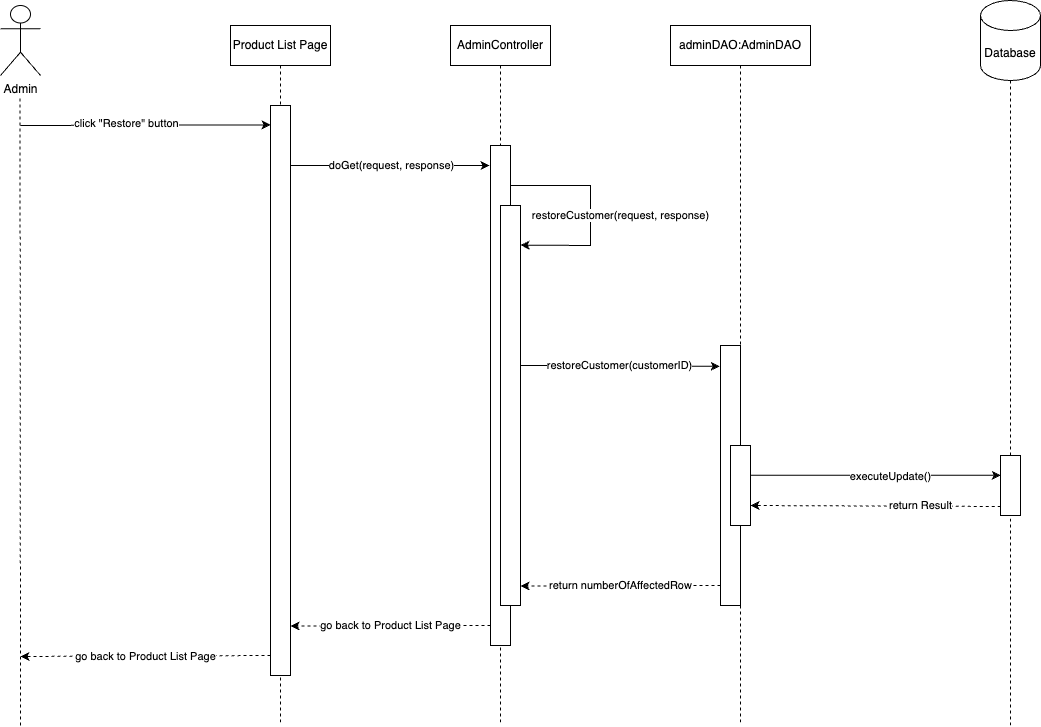
This is document/SDS/22. Restore customer account/Sequence_Diagram/RestoreCustomerAccountSequenceDiagram.drawio.png from QuocZuong/perfume-store, a draw.io export, as it was before one commit. Source tidied: cells renumbered, new cells last; positions are measured from the earlier drawing's top-left corner, leaving out a move shared by most shapes. The source it was exported from:
```xml
<mxGraphModel>
  <root>
    <mxCell id="0" />
    <mxCell id="1" parent="0" />
    <mxCell id="2" style="endArrow=none;dashed=1;html=1;rounded=0;" parent="1" edge="1" source="27" target="3">
      <mxGeometry relative="1" as="geometry" />
    </mxCell>
    <mxCell id="3" value="Database" style="shape=cylinder3;whiteSpace=wrap;html=1;boundedLbl=1;backgroundOutline=1;size=15;" parent="1" vertex="1">
      <mxGeometry x="980" width="60" height="80" as="geometry" />
    </mxCell>
    <mxCell id="4" value="Admin" style="shape=umlActor;verticalLabelPosition=bottom;verticalAlign=top;html=1;" parent="1" vertex="1">
      <mxGeometry y="5" width="40" height="70" as="geometry" />
    </mxCell>
    <mxCell id="5" style="endArrow=none;dashed=1;html=1;rounded=0;" parent="1" edge="1">
      <mxGeometry relative="1" as="geometry">
        <mxPoint x="20" y="725" as="sourcePoint" />
        <mxPoint x="19.5" y="95" as="targetPoint" />
      </mxGeometry>
    </mxCell>
    <mxCell id="6" value="AdminController" style="shape=umlLifeline;perimeter=lifelinePerimeter;whiteSpace=wrap;html=1;newEdgeStyle={&quot;curved&quot;:0,&quot;rounded&quot;:0};" parent="1" vertex="1">
      <mxGeometry x="450" y="25" width="100" height="700" as="geometry" />
    </mxCell>
    <mxCell id="7" value="adminDAO:AdminDAO" style="shape=umlLifeline;perimeter=lifelinePerimeter;whiteSpace=wrap;html=1;newEdgeStyle={&quot;curved&quot;:0,&quot;rounded&quot;:0};" parent="1" vertex="1">
      <mxGeometry x="670" y="25" width="140" height="700" as="geometry" />
    </mxCell>
    <mxCell id="8" style="endArrow=classic;html=1;rounded=0;entryX=-0.05;entryY=0.024;entryDx=0;entryDy=0;entryPerimeter=0;" parent="1" edge="1">
      <mxGeometry relative="1" as="geometry">
        <mxPoint x="290" y="165.1" as="sourcePoint" />
        <mxPoint x="489" y="165" as="targetPoint" />
      </mxGeometry>
    </mxCell>
    <mxCell id="9" value="doGet(request, response)" style="edgeLabel;html=1;align=center;verticalAlign=middle;" parent="8" vertex="1">
      <mxGeometry x="0.09" relative="1" as="geometry">
        <mxPoint x="-7" as="offset" />
      </mxGeometry>
    </mxCell>
    <mxCell id="10" style="endArrow=classic;html=1;rounded=0;entryX=0.005;entryY=0.034;entryDx=0;entryDy=0;entryPerimeter=0;" parent="1" edge="1" target="15">
      <mxGeometry relative="1" as="geometry">
        <mxPoint x="20" y="125" as="sourcePoint" />
      </mxGeometry>
    </mxCell>
    <mxCell id="11" value="click &quot;Restore&quot; button" style="edgeLabel;html=1;align=center;verticalAlign=middle;" parent="10" vertex="1">
      <mxGeometry x="-0.16" y="2" relative="1" as="geometry" />
    </mxCell>
    <mxCell id="12" style="rounded=0;whiteSpace=wrap;html=1;" parent="1" vertex="1">
      <mxGeometry x="490" y="145" width="20" height="500" as="geometry" />
    </mxCell>
    <mxCell id="13" style="rounded=0;whiteSpace=wrap;html=1;" parent="1" vertex="1">
      <mxGeometry x="720" y="345" width="20" height="260" as="geometry" />
    </mxCell>
    <mxCell id="14" value="Product List Page" style="shape=umlLifeline;perimeter=lifelinePerimeter;whiteSpace=wrap;html=1;newEdgeStyle={&quot;curved&quot;:0,&quot;rounded&quot;:0};" parent="1" vertex="1">
      <mxGeometry x="230" y="25" width="100" height="700" as="geometry" />
    </mxCell>
    <mxCell id="15" style="rounded=0;whiteSpace=wrap;html=1;" parent="1" vertex="1">
      <mxGeometry x="270" y="105" width="20" height="570" as="geometry" />
    </mxCell>
    <mxCell id="16" style="rounded=0;whiteSpace=wrap;html=1;" parent="1" vertex="1">
      <mxGeometry x="500" y="205" width="20" height="400" as="geometry" />
    </mxCell>
    <mxCell id="17" style="endArrow=classic;html=1;rounded=0;entryX=1.006;entryY=0.099;entryDx=0;entryDy=0;entryPerimeter=0;" parent="1" edge="1" target="16">
      <mxGeometry relative="1" as="geometry">
        <mxPoint x="510" y="185.1" as="sourcePoint" />
        <Array as="points">
          <mxPoint x="590" y="185" />
          <mxPoint x="590" y="245" />
        </Array>
      </mxGeometry>
    </mxCell>
    <mxCell id="18" value="restoreCustomer(request, response)" style="edgeLabel;html=1;align=center;verticalAlign=middle;" parent="17" vertex="1">
      <mxGeometry x="0.09" relative="1" as="geometry">
        <mxPoint x="30" y="-4" as="offset" />
      </mxGeometry>
    </mxCell>
    <mxCell id="19" value="restoreCustomer(customerID)" style="endArrow=classic;html=1;rounded=0;exitX=1.033;exitY=0.265;exitDx=0;exitDy=0;exitPerimeter=0;entryX=-0.011;entryY=0.194;entryDx=0;entryDy=0;entryPerimeter=0;" parent="1" edge="1">
      <mxGeometry relative="1" as="geometry">
        <mxPoint x="520" y="365" as="sourcePoint" />
        <mxPoint x="719.1" y="365.8" as="targetPoint" />
      </mxGeometry>
    </mxCell>
    <mxCell id="20" style="rounded=0;whiteSpace=wrap;html=1;" parent="1" vertex="1">
      <mxGeometry x="730" y="445" width="20" height="80" as="geometry" />
    </mxCell>
    <mxCell id="21" value="return numberOfAffectedRow" style="endArrow=classic;html=1;rounded=0;dashed=1;exitX=0.005;exitY=0.82;exitDx=0;exitDy=0;exitPerimeter=0;" parent="1" edge="1">
      <mxGeometry relative="1" as="geometry">
        <mxPoint x="720" y="585" as="sourcePoint" />
        <mxPoint x="520" y="585.5" as="targetPoint" />
      </mxGeometry>
    </mxCell>
    <mxCell id="22" value="go back to Product List Page" style="endArrow=classic;html=1;rounded=0;dashed=1;exitX=0.005;exitY=0.82;exitDx=0;exitDy=0;exitPerimeter=0;" parent="1" edge="1">
      <mxGeometry relative="1" as="geometry">
        <mxPoint x="490" y="625" as="sourcePoint" />
        <mxPoint x="290" y="625.5" as="targetPoint" />
      </mxGeometry>
    </mxCell>
    <mxCell id="23" value="executeUpdate()" style="endArrow=classic;html=1;rounded=0;exitX=0.984;exitY=0.371;exitDx=0;exitDy=0;exitPerimeter=0;entryX=0.011;entryY=0.33;entryDx=0;entryDy=0;entryPerimeter=0;" parent="1" edge="1" source="20" target="27">
      <mxGeometry x="0.12" y="-1" relative="1" as="geometry" />
    </mxCell>
    <mxCell id="24" value="return Result" style="endArrow=classic;html=1;rounded=0;dashed=1;exitX=0.012;exitY=0.85;exitDx=0;exitDy=0;exitPerimeter=0;entryX=1;entryY=0.75;entryDx=0;entryDy=0;" parent="1" edge="1" source="27" target="20">
      <mxGeometry x="-0.36" y="-1" relative="1" as="geometry" />
    </mxCell>
    <mxCell id="25" value="go back to Product List Page" style="endArrow=classic;html=1;rounded=0;dashed=1;exitX=0.005;exitY=0.82;exitDx=0;exitDy=0;exitPerimeter=0;" parent="1" edge="1">
      <mxGeometry relative="1" as="geometry">
        <mxPoint x="270" y="655" as="sourcePoint" />
        <mxPoint x="20" y="656" as="targetPoint" />
      </mxGeometry>
    </mxCell>
    <mxCell id="26" style="endArrow=none;dashed=1;html=1;rounded=0;" parent="1" edge="1" target="27">
      <mxGeometry relative="1" as="geometry">
        <mxPoint x="1010" y="725" as="sourcePoint" />
      </mxGeometry>
    </mxCell>
    <mxCell id="27" style="rounded=0;whiteSpace=wrap;html=1;" parent="1" vertex="1">
      <mxGeometry x="1000" y="455" width="20" height="60" as="geometry" />
    </mxCell>
  </root>
</mxGraphModel>
```
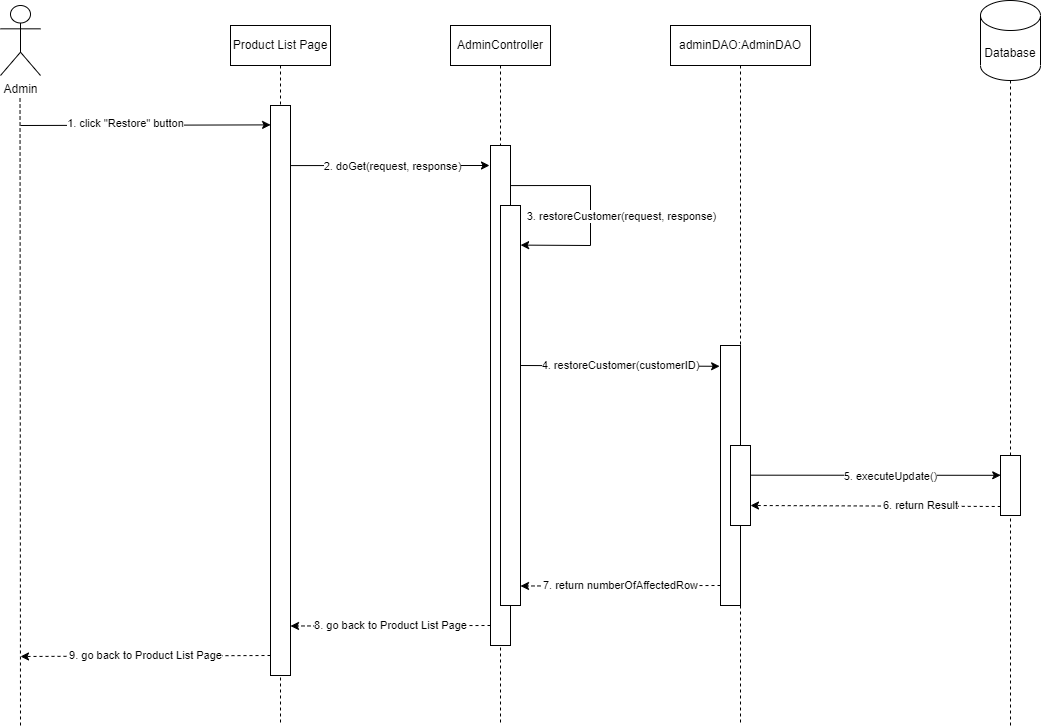
Later version of the same file.

What changed in the source:
```diff
@@ -29,7 +29,7 @@
         <mxPoint x="489" y="165" as="targetPoint" />
       </mxGeometry>
     </mxCell>
-    <mxCell id="9" value="doGet(request, response)" style="edgeLabel;html=1;align=center;verticalAlign=middle;" parent="8" vertex="1">
+    <mxCell id="9" value="2. doGet(request, response)" style="edgeLabel;html=1;align=center;verticalAlign=middle;" parent="8" vertex="1">
       <mxGeometry x="0.09" relative="1" as="geometry">
         <mxPoint x="-7" as="offset" />
       </mxGeometry>
@@ -39,7 +39,7 @@
         <mxPoint x="20" y="125" as="sourcePoint" />
       </mxGeometry>
     </mxCell>
-    <mxCell id="11" value="click &quot;Restore&quot; button" style="edgeLabel;html=1;align=center;verticalAlign=middle;" parent="10" vertex="1">
+    <mxCell id="11" value="1. click &quot;Restore&quot; button" style="edgeLabel;html=1;align=center;verticalAlign=middle;" parent="10" vertex="1">
       <mxGeometry x="-0.16" y="2" relative="1" as="geometry" />
     </mxCell>
     <mxCell id="12" style="rounded=0;whiteSpace=wrap;html=1;" parent="1" vertex="1">
@@ -66,12 +66,12 @@
         </Array>
       </mxGeometry>
     </mxCell>
-    <mxCell id="18" value="restoreCustomer(request, response)" style="edgeLabel;html=1;align=center;verticalAlign=middle;" parent="17" vertex="1">
+    <mxCell id="18" value="3. restoreCustomer(request, response)" style="edgeLabel;html=1;align=center;verticalAlign=middle;" parent="17" vertex="1">
       <mxGeometry x="0.09" relative="1" as="geometry">
         <mxPoint x="30" y="-4" as="offset" />
       </mxGeometry>
     </mxCell>
-    <mxCell id="19" value="restoreCustomer(customerID)" style="endArrow=classic;html=1;rounded=0;exitX=1.033;exitY=0.265;exitDx=0;exitDy=0;exitPerimeter=0;entryX=-0.011;entryY=0.194;entryDx=0;entryDy=0;entryPerimeter=0;" parent="1" edge="1">
+    <mxCell id="19" value="4. restoreCustomer(customerID)" style="endArrow=classic;html=1;rounded=0;exitX=1.033;exitY=0.265;exitDx=0;exitDy=0;exitPerimeter=0;entryX=-0.011;entryY=0.194;entryDx=0;entryDy=0;entryPerimeter=0;" parent="1" edge="1">
       <mxGeometry relative="1" as="geometry">
         <mxPoint x="520" y="365" as="sourcePoint" />
         <mxPoint x="719.1" y="365.8" as="targetPoint" />
@@ -80,25 +80,25 @@
     <mxCell id="20" style="rounded=0;whiteSpace=wrap;html=1;" parent="1" vertex="1">
       <mxGeometry x="730" y="445" width="20" height="80" as="geometry" />
     </mxCell>
-    <mxCell id="21" value="return numberOfAffectedRow" style="endArrow=classic;html=1;rounded=0;dashed=1;exitX=0.005;exitY=0.82;exitDx=0;exitDy=0;exitPerimeter=0;" parent="1" edge="1">
+    <mxCell id="21" value="7. return numberOfAffectedRow" style="endArrow=classic;html=1;rounded=0;dashed=1;exitX=0.005;exitY=0.82;exitDx=0;exitDy=0;exitPerimeter=0;" parent="1" edge="1">
       <mxGeometry relative="1" as="geometry">
         <mxPoint x="720" y="585" as="sourcePoint" />
         <mxPoint x="520" y="585.5" as="targetPoint" />
       </mxGeometry>
     </mxCell>
-    <mxCell id="22" value="go back to Product List Page" style="endArrow=classic;html=1;rounded=0;dashed=1;exitX=0.005;exitY=0.82;exitDx=0;exitDy=0;exitPerimeter=0;" parent="1" edge="1">
+    <mxCell id="22" value="8. go back to Product List Page" style="endArrow=classic;html=1;rounded=0;dashed=1;exitX=0.005;exitY=0.82;exitDx=0;exitDy=0;exitPerimeter=0;" parent="1" edge="1">
       <mxGeometry relative="1" as="geometry">
         <mxPoint x="490" y="625" as="sourcePoint" />
         <mxPoint x="290" y="625.5" as="targetPoint" />
       </mxGeometry>
     </mxCell>
-    <mxCell id="23" value="executeUpdate()" style="endArrow=classic;html=1;rounded=0;exitX=0.984;exitY=0.371;exitDx=0;exitDy=0;exitPerimeter=0;entryX=0.011;entryY=0.33;entryDx=0;entryDy=0;entryPerimeter=0;" parent="1" edge="1" source="20" target="27">
+    <mxCell id="23" value="5. executeUpdate()" style="endArrow=classic;html=1;rounded=0;exitX=0.984;exitY=0.371;exitDx=0;exitDy=0;exitPerimeter=0;entryX=0.011;entryY=0.33;entryDx=0;entryDy=0;entryPerimeter=0;" parent="1" edge="1" source="20" target="27">
       <mxGeometry x="0.12" y="-1" relative="1" as="geometry" />
     </mxCell>
-    <mxCell id="24" value="return Result" style="endArrow=classic;html=1;rounded=0;dashed=1;exitX=0.012;exitY=0.85;exitDx=0;exitDy=0;exitPerimeter=0;entryX=1;entryY=0.75;entryDx=0;entryDy=0;" parent="1" edge="1" source="27" target="20">
+    <mxCell id="24" value="6. return Result" style="endArrow=classic;html=1;rounded=0;dashed=1;exitX=0.012;exitY=0.85;exitDx=0;exitDy=0;exitPerimeter=0;entryX=1;entryY=0.75;entryDx=0;entryDy=0;" parent="1" edge="1" source="27" target="20">
       <mxGeometry x="-0.36" y="-1" relative="1" as="geometry" />
     </mxCell>
-    <mxCell id="25" value="go back to Product List Page" style="endArrow=classic;html=1;rounded=0;dashed=1;exitX=0.005;exitY=0.82;exitDx=0;exitDy=0;exitPerimeter=0;" parent="1" edge="1">
+    <mxCell id="25" value="9. go back to Product List Page" style="endArrow=classic;html=1;rounded=0;dashed=1;exitX=0.005;exitY=0.82;exitDx=0;exitDy=0;exitPerimeter=0;" parent="1" edge="1">
       <mxGeometry relative="1" as="geometry">
         <mxPoint x="270" y="655" as="sourcePoint" />
         <mxPoint x="20" y="656" as="targetPoint" />
```
